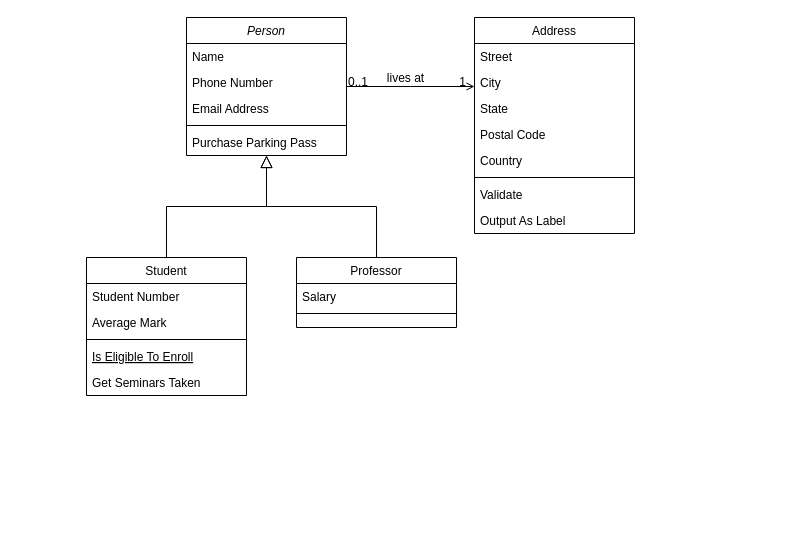
Before: ClassDiagram.drawio in Ye-Qiwei/WorkPackageManager, a draw.io diagram. Source tidied: cells renumbered, new cells numbered last; positions are measured from the earlier drawing's top-left corner, leaving out a move shared by most shapes. Both pictures are drawn from the tidied source at 100%, with x=0, y=0 at pixel (86, 17).
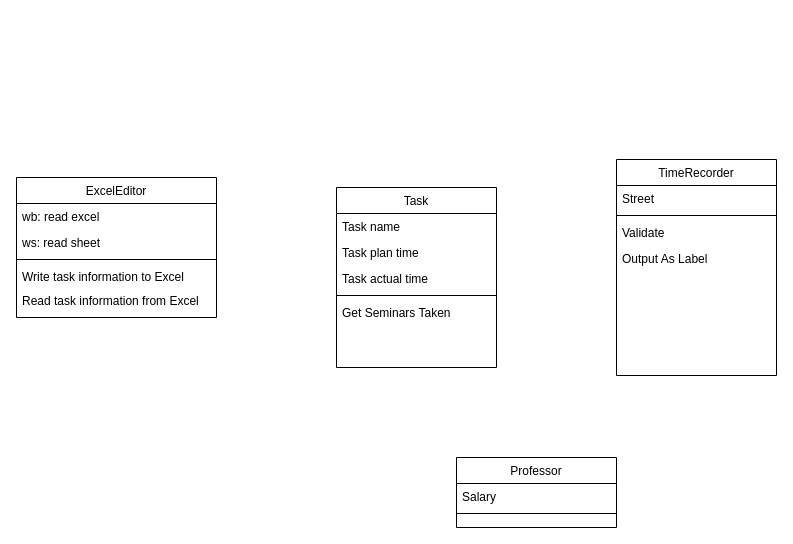
The same page after the edit.

Diff of the diagram source:
```diff
@@
-    <mxCell id="2" value="Person" style="swimlane;fontStyle=2;align=center;verticalAlign=top;horizontal=1;startSize=26;rounded=0;shadow=0;strokeWidth=1;" parent="1" vertex="1">
-      <mxGeometry x="100" width="160" height="138" as="geometry" />
+    <mxCell id="2" value="ExcelEditor" style="swimlane;fontStyle=0;align=center;verticalAlign=top;horizontal=1;startSize=26;rounded=0;shadow=0;strokeWidth=1;" parent="1" vertex="1">
+      <mxGeometry x="-70" y="160" width="200" height="140" as="geometry" />
     </mxCell>
-    <mxCell id="3" value="Name" style="text;align=left;verticalAlign=top;spacingLeft=4;spacingRight=4;overflow=hidden;" parent="2" vertex="1">
-      <mxGeometry y="26" width="160" height="26" as="geometry" />
+    <mxCell id="3" value="wb: read excel" style="text;align=left;verticalAlign=top;spacingLeft=4;spacingRight=4;overflow=hidden;" parent="2" vertex="1">
+      <mxGeometry y="26" width="200" height="26" as="geometry" />
     </mxCell>
-    <mxCell id="4" value="Phone Number" style="text;align=left;verticalAlign=top;spacingLeft=4;spacingRight=4;overflow=hidden;rounded=0;shadow=0;html=0;" parent="2" vertex="1">
-      <mxGeometry y="52" width="160" height="26" as="geometry" />
+    <mxCell id="4" value="ws: read sheet" style="text;align=left;verticalAlign=top;spacingLeft=4;spacingRight=4;overflow=hidden;rounded=0;shadow=0;html=0;" parent="2" vertex="1">
+      <mxGeometry y="52" width="200" height="26" as="geometry" />
     </mxCell>
-    <mxCell id="5" value="Email Address" style="text;align=left;verticalAlign=top;spacingLeft=4;spacingRight=4;overflow=hidden;rounded=0;shadow=0;html=0;" parent="2" vertex="1">
-      <mxGeometry y="78" width="160" height="26" as="geometry" />
-    </mxCell>
     <mxCell id="6" style="line;html=1;strokeWidth=1;align=left;verticalAlign=middle;spacingTop=-1;spacingLeft=3;spacingRight=3;labelPosition=right;" parent="2" vertex="1">
-      <mxGeometry y="104" width="160" height="8" as="geometry" />
+      <mxGeometry y="78" width="200" height="8" as="geometry" />
     </mxCell>
-    <mxCell id="7" value="Purchase Parking Pass" style="text;align=left;verticalAlign=top;spacingLeft=4;spacingRight=4;overflow=hidden;" parent="2" vertex="1">
-      <mxGeometry y="112" width="160" height="26" as="geometry" />
+    <mxCell id="7" value="Write task information to Excel" style="text;align=left;verticalAlign=top;spacingLeft=4;spacingRight=4;overflow=hidden;" parent="2" vertex="1">
+      <mxGeometry y="86" width="200" height="24" as="geometry" />
     </mxCell>
+    <mxCell id="32" value="Read task information from Excel" style="text;align=left;verticalAlign=top;spacingLeft=4;spacingRight=4;overflow=hidden;" parent="2" vertex="1">
+      <mxGeometry y="110" width="200" height="22" as="geometry" />
+    </mxCell>
-    <mxCell id="8" value="Student" style="swimlane;fontStyle=0;align=center;verticalAlign=top;horizontal=1;startSize=26;rounded=0;shadow=0;strokeWidth=1;" parent="1" vertex="1">
-      <mxGeometry y="240" width="160" height="138" as="geometry" />
+    <mxCell id="8" value="Task" style="swimlane;fontStyle=0;align=center;verticalAlign=top;horizontal=1;startSize=26;rounded=0;shadow=0;strokeWidth=1;" parent="1" vertex="1">
+      <mxGeometry x="250" y="170" width="160" height="180" as="geometry" />
     </mxCell>
-    <mxCell id="9" value="Student Number" style="text;align=left;verticalAlign=top;spacingLeft=4;spacingRight=4;overflow=hidden;" parent="8" vertex="1">
+    <mxCell id="9" value="Task name" style="text;align=left;verticalAlign=top;spacingLeft=4;spacingRight=4;overflow=hidden;" parent="8" vertex="1">
       <mxGeometry y="26" width="160" height="26" as="geometry" />
     </mxCell>
-    <mxCell id="10" value="Average Mark" style="text;align=left;verticalAlign=top;spacingLeft=4;spacingRight=4;overflow=hidden;rounded=0;shadow=0;html=0;" parent="8" vertex="1">
+    <mxCell id="10" value="Task plan time" style="text;align=left;verticalAlign=top;spacingLeft=4;spacingRight=4;overflow=hidden;rounded=0;shadow=0;html=0;" parent="8" vertex="1">
       <mxGeometry y="52" width="160" height="26" as="geometry" />
     </mxCell>
+    <mxCell id="33" value="Task actual time" style="text;align=left;verticalAlign=top;spacingLeft=4;spacingRight=4;overflow=hidden;rounded=0;shadow=0;html=0;" parent="8" vertex="1">
+      <mxGeometry y="78" width="160" height="26" as="geometry" />
+    </mxCell>
     <mxCell id="11" style="line;html=1;strokeWidth=1;align=left;verticalAlign=middle;spacingTop=-1;spacingLeft=3;spacingRight=3;labelPosition=right;" parent="8" vertex="1">
-      <mxGeometry y="78" width="160" height="8" as="geometry" />
+      <mxGeometry y="104" width="160" height="8" as="geometry" />
     </mxCell>
-    <mxCell id="12" value="Is Eligible To Enroll" style="text;align=left;verticalAlign=top;spacingLeft=4;spacingRight=4;overflow=hidden;fontStyle=4;" parent="8" vertex="1">
-      <mxGeometry y="86" width="160" height="26" as="geometry" />
-    </mxCell>
@@
-    <mxCell id="14" style="endArrow=block;endSize=10;endFill=0;shadow=0;strokeWidth=1;rounded=0;edgeStyle=elbowEdgeStyle;elbow=vertical;" parent="1" edge="1" source="8" target="2">
-      <mxGeometry relative="1" as="geometry" />
-    </mxCell>
     <mxCell id="15" value="Professor" style="swimlane;fontStyle=0;align=center;verticalAlign=top;horizontal=1;startSize=26;rounded=0;shadow=0;strokeWidth=1;" parent="1" vertex="1">
-      <mxGeometry x="210" y="240" width="160" height="70" as="geometry" />
+      <mxGeometry x="370" y="440" width="160" height="70" as="geometry" />
     </mxCell>
@@
-    <mxCell id="18" style="endArrow=block;endSize=10;endFill=0;shadow=0;strokeWidth=1;rounded=0;edgeStyle=elbowEdgeStyle;elbow=vertical;" parent="1" edge="1" source="15" target="2">
-      <mxGeometry relative="1" as="geometry" />
-    </mxCell>
-    <mxCell id="19" value="Address" style="swimlane;fontStyle=0;align=center;verticalAlign=top;horizontal=1;startSize=26;rounded=0;shadow=0;strokeWidth=1;" parent="1" vertex="1">
-      <mxGeometry x="388" width="160" height="216" as="geometry" />
+    <mxCell id="19" value="TimeRecorder" style="swimlane;fontStyle=0;align=center;verticalAlign=top;horizontal=1;startSize=26;rounded=0;shadow=0;strokeWidth=1;" parent="1" vertex="1">
+      <mxGeometry x="530" y="142" width="160" height="216" as="geometry" />
     </mxCell>
@@
-    <mxCell id="21" value="City" style="text;align=left;verticalAlign=top;spacingLeft=4;spacingRight=4;overflow=hidden;rounded=0;shadow=0;html=0;" parent="19" vertex="1">
-      <mxGeometry y="52" width="160" height="26" as="geometry" />
-    </mxCell>
-    <mxCell id="22" value="State" style="text;align=left;verticalAlign=top;spacingLeft=4;spacingRight=4;overflow=hidden;rounded=0;shadow=0;html=0;" parent="19" vertex="1">
-      <mxGeometry y="78" width="160" height="26" as="geometry" />
-    </mxCell>
-    <mxCell id="23" value="Postal Code" style="text;align=left;verticalAlign=top;spacingLeft=4;spacingRight=4;overflow=hidden;rounded=0;shadow=0;html=0;" parent="19" vertex="1">
-      <mxGeometry y="104" width="160" height="26" as="geometry" />
-    </mxCell>
-    <mxCell id="24" value="Country" style="text;align=left;verticalAlign=top;spacingLeft=4;spacingRight=4;overflow=hidden;rounded=0;shadow=0;html=0;" parent="19" vertex="1">
-      <mxGeometry y="130" width="160" height="26" as="geometry" />
-    </mxCell>
     <mxCell id="25" style="line;html=1;strokeWidth=1;align=left;verticalAlign=middle;spacingTop=-1;spacingLeft=3;spacingRight=3;labelPosition=right;" parent="19" vertex="1">
-      <mxGeometry y="156" width="160" height="8" as="geometry" />
+      <mxGeometry y="52" width="160" height="8" as="geometry" />
     </mxCell>
     <mxCell id="26" value="Validate" style="text;align=left;verticalAlign=top;spacingLeft=4;spacingRight=4;overflow=hidden;" parent="19" vertex="1">
-      <mxGeometry y="164" width="160" height="26" as="geometry" />
+      <mxGeometry y="60" width="160" height="26" as="geometry" />
     </mxCell>
     <mxCell id="27" value="Output As Label" style="text;align=left;verticalAlign=top;spacingLeft=4;spacingRight=4;overflow=hidden;" parent="19" vertex="1">
-      <mxGeometry y="190" width="160" height="26" as="geometry" />
+      <mxGeometry y="86" width="160" height="26" as="geometry" />
     </mxCell>
-    <mxCell id="28" style="endArrow=open;shadow=0;strokeWidth=1;rounded=0;endFill=1;edgeStyle=elbowEdgeStyle;elbow=vertical;" parent="1" edge="1" source="2" target="19">
-      <mxGeometry x="0.5" y="41" relative="1" as="geometry">
-        <mxPoint x="-40" y="32" as="offset" />
-      </mxGeometry>
-    </mxCell>
-    <mxCell id="29" value="0..1" style="align=left;verticalAlign=bottom;labelBackgroundColor=none;fontSize=12;" parent="28" vertex="1">
-      <mxGeometry x="-1" relative="1" as="geometry">
-        <mxPoint y="4" as="offset" />
-      </mxGeometry>
-    </mxCell>
-    <mxCell id="30" value="1" style="align=right;verticalAlign=bottom;labelBackgroundColor=none;fontSize=12;" parent="28" vertex="1">
-      <mxGeometry x="1" relative="1" as="geometry">
-        <mxPoint x="-7" y="4" as="offset" />
-      </mxGeometry>
-    </mxCell>
-    <mxCell id="31" value="lives at" style="text;html=1;align=center;verticalAlign=middle;labelBackgroundColor=none;rounded=0;shadow=0;strokeWidth=1;fontSize=12;" parent="28" vertex="1">
-      <mxGeometry x="0.5" y="49" relative="1" as="geometry">
-        <mxPoint x="-38" y="40" as="offset" />
-      </mxGeometry>
-    </mxCell>
```
